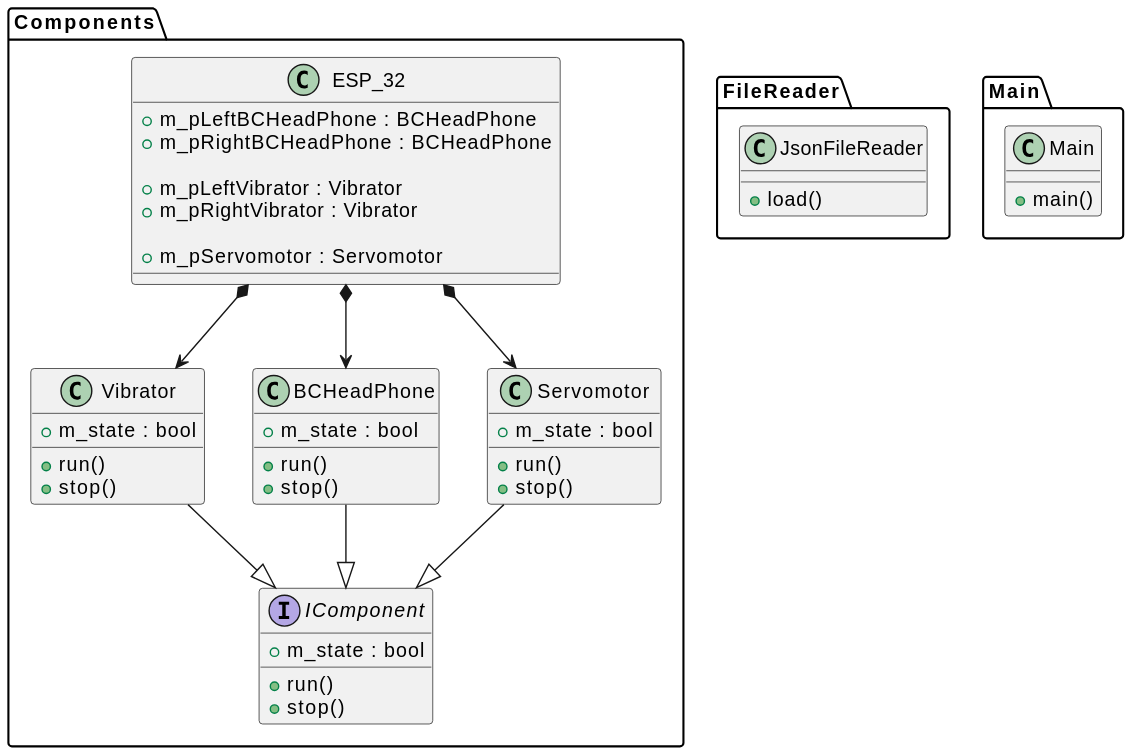
Before: diagrams/embedded_class.svg, a diagram exported from PlantUML (MaskUp-Org/Models). Source of this version:
```plantuml
@startuml
package "Components" {
    interface IComponent {
        +run()
        +stop()

        +m_state : bool
    }

    class Vibrator {
        +run()
        +stop()

        +m_state : bool
    }

    class BCHeadPhone {
        +run()
        +stop()

        +m_state : bool
    }

    class Servomotor {
        +run()
        +stop()

        +m_state : bool
    }

    class ESP_32 {

        +m_pLeftBCHeadPhone : BCHeadPhone
        +m_pRightBCHeadPhone : BCHeadPhone

        +m_pLeftVibrator : Vibrator
        +m_pRightVibrator : Vibrator

        +m_pServomotor : Servomotor
    }

}

package "FileReader" {
    class JsonFileReader {
        +load()
    }
}

package "Main" {
    class Main {
        +main()
    }
}

Vibrator --|> IComponent
Servomotor --|> IComponent
BCHeadPhone --|> IComponent

ESP_32 *--> BCHeadPhone
ESP_32 *--> Vibrator
ESP_32 *--> Servomotor
@enduml
```
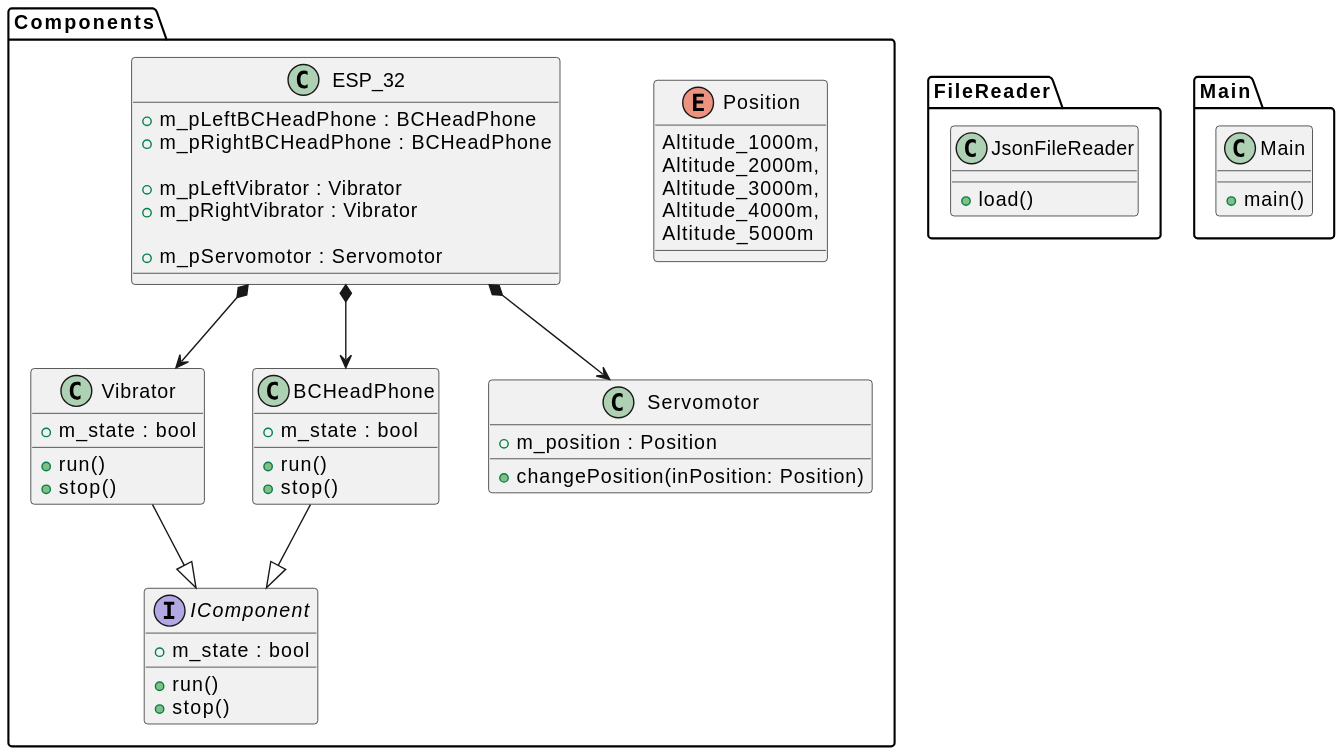
Later version of the same file.

What changed in the source:
```diff
@@ -22,10 +22,9 @@
     }
 
     class Servomotor {
-        +run()
-        +stop()
+        +changePosition(inPosition: Position)
 
-        +m_state : bool
+        +m_position : Position
     }
 
     class ESP_32 {
@@ -37,6 +36,15 @@
         +m_pRightVibrator : Vibrator
 
         +m_pServomotor : Servomotor
+    }
+
+    enum Position
+    {
+        Altitude_1000m,
+        Altitude_2000m,
+        Altitude_3000m,
+        Altitude_4000m,
+        Altitude_5000m
     }
 
 }
@@ -54,7 +62,6 @@
 }
 
 Vibrator --|> IComponent
-Servomotor --|> IComponent
 BCHeadPhone --|> IComponent
 
 ESP_32 *--> BCHeadPhone
```
